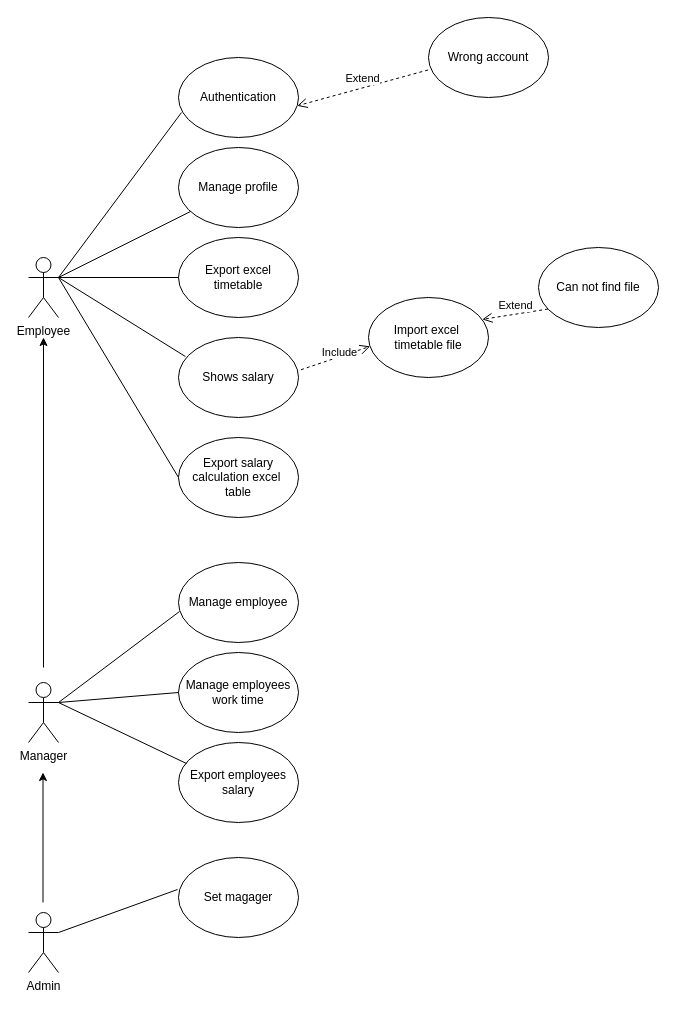
Above: Diagram/Use Case Diagram.drawio in hakunhan/employee_management (draw.io), before the change. Source tidied: cells renumbered, new cells numbered last; positions are measured from the earlier drawing's top-left corner, leaving out a move shared by most shapes. Both pictures are drawn from the tidied source at 100%, with x=0, y=0 at pixel (28, 17).
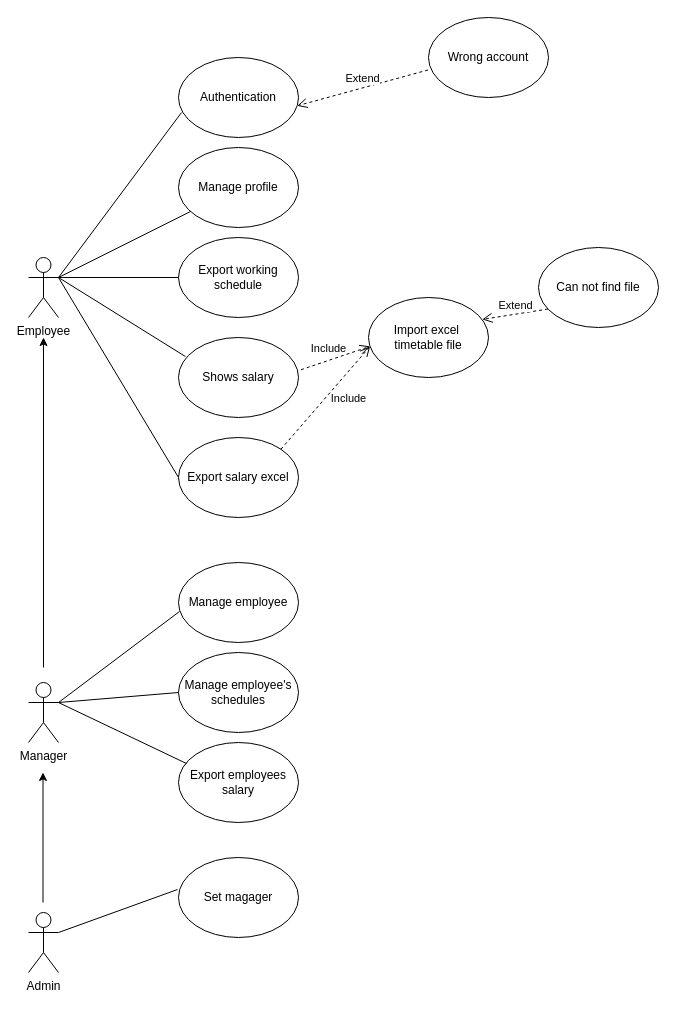
The same page after the edit.

Unchanged cells that the change refers to:
```xml
<mxCell id="8" value="Shows salary" style="ellipse;whiteSpace=wrap;html=1;" parent="1" vertex="1">
  <mxGeometry x="150" y="320" width="120" height="80" as="geometry" />
</mxCell>
<mxCell id="25" value="Import excel&amp;nbsp; timetable file" style="ellipse;whiteSpace=wrap;html=1;" parent="1" vertex="1">
  <mxGeometry x="340" y="280" width="120" height="80" as="geometry" />
</mxCell>
```

Diff of the diagram source:
```diff
@@
-    <mxCell id="7" value="Export excel timetable" style="ellipse;whiteSpace=wrap;html=1;" parent="1" vertex="1">
+    <mxCell id="7" value="&lt;div&gt;Export working schedule&lt;/div&gt;" style="ellipse;whiteSpace=wrap;html=1;" parent="1" vertex="1">
       <mxGeometry x="150" y="220" width="120" height="80" as="geometry" />
     </mxCell>
@@
-    <mxCell id="10" value="Manage employees work time" style="ellipse;whiteSpace=wrap;html=1;" parent="1" vertex="1">
+    <mxCell id="10" value="Manage employee's schedules" style="ellipse;whiteSpace=wrap;html=1;" parent="1" vertex="1">
       <mxGeometry x="150" y="635" width="120" height="80" as="geometry" />
     </mxCell>
@@
     <mxCell id="26" value="&lt;div&gt;Include&lt;/div&gt;" style="html=1;verticalAlign=bottom;endArrow=open;dashed=1;endSize=8;exitX=1.021;exitY=0.403;exitDx=0;exitDy=0;exitPerimeter=0;entryX=0.013;entryY=0.611;entryDx=0;entryDy=0;entryPerimeter=0;" parent="1" edge="1" source="8" target="25">
-      <mxGeometry x="0.07" y="-5" relative="1" as="geometry" />
+      <mxGeometry x="-0.18" y="3" relative="1" as="geometry" />
     </mxCell>
@@
-    <mxCell id="29" value="Export salary calculation excel&amp;nbsp; table" style="ellipse;whiteSpace=wrap;html=1;" parent="1" vertex="1">
+    <mxCell id="29" value="Export salary excel" style="ellipse;whiteSpace=wrap;html=1;" parent="1" vertex="1">
       <mxGeometry x="150" y="420" width="120" height="80" as="geometry" />
     </mxCell>
@@
+    <mxCell id="31" value="&lt;div&gt;Include&lt;/div&gt;" style="html=1;verticalAlign=bottom;endArrow=open;dashed=1;endSize=8;entryX=0.013;entryY=0.611;entryDx=0;entryDy=0;entryPerimeter=0;exitX=1;exitY=0;exitDx=0;exitDy=0;" parent="1" edge="1" source="29">
+      <mxGeometry x="0.11" y="-24" relative="1" as="geometry">
+        <mxPoint x="341.6" y="328.9" as="targetPoint" />
+      </mxGeometry>
+    </mxCell>
```
